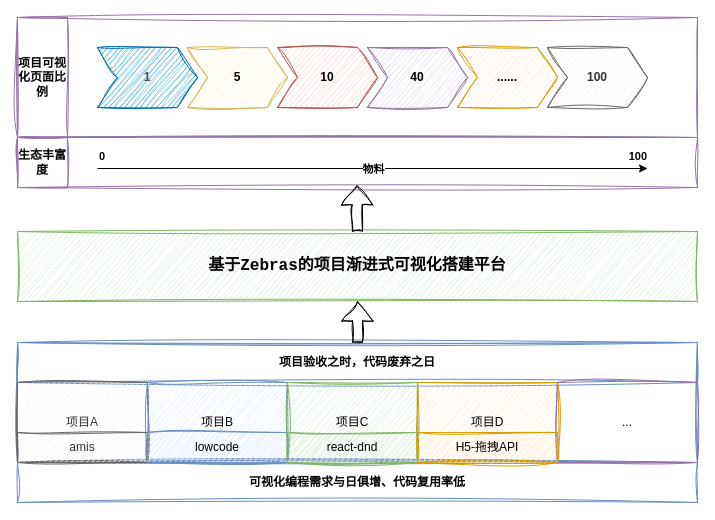
Before: 低代码—目标.drawio in tangyaosimida/love, a draw.io diagram. Source tidied: cells renumbered, new cells numbered last; positions are measured from the earlier drawing's top-left corner, leaving out a move shared by most shapes. Both pictures are drawn from the tidied source at 100%, with x=0, y=0 at pixel (17, 17).
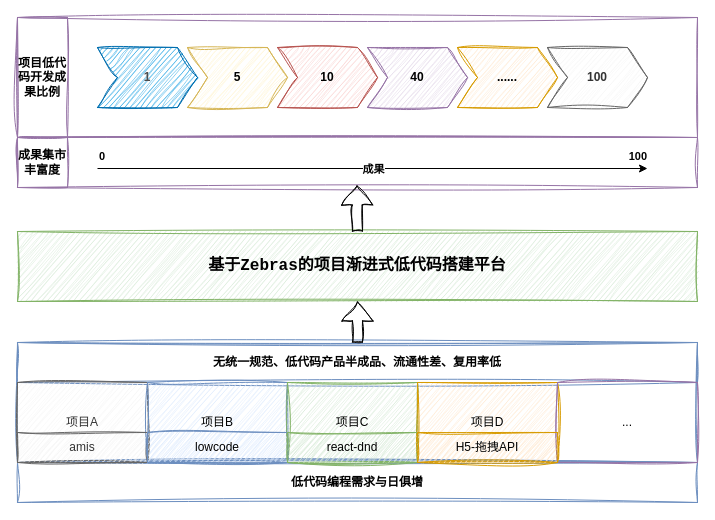
The same page after the edit.

Commit message:
更新低代码—目标.drawio

Unchanged cells that the change refers to:
```xml
<mxCell id="23" style="endArrow=classic;html=1;rounded=0;fontStyle=1;fontColor=#4D4D4D;" parent="1" edge="1">
  <mxGeometry relative="1" as="geometry">
    <mxPoint x="80" y="151" as="sourcePoint" />
    <mxPoint x="630" y="151" as="targetPoint" />
  </mxGeometry>
</mxCell>
```

What changed in the source:
```diff
@@
-    <mxCell id="3" value="&lt;font face=&quot;Courier New&quot; style=&quot;font-size: 16px;&quot;&gt;&lt;span style=&quot;&quot;&gt;&lt;span&gt;基于Zebras的项目渐进式可视化搭建平台&lt;/span&gt;&lt;/span&gt;&lt;/font&gt;" style="rounded=0;whiteSpace=wrap;html=1;align=center;fontStyle=1;fillColor=#d5e8d4;strokeColor=#82b366;sketch=1;curveFitting=1;jiggle=2;" parent="1" vertex="1">
+    <mxCell id="3" value="&lt;font face=&quot;Courier New&quot; style=&quot;font-size: 16px;&quot;&gt;&lt;span style=&quot;&quot;&gt;&lt;span&gt;基于Zebras的项目渐进式低代码搭建平台&lt;/span&gt;&lt;/span&gt;&lt;/font&gt;" style="rounded=0;whiteSpace=wrap;html=1;align=center;fontStyle=1;fillColor=#d5e8d4;strokeColor=#82b366;sketch=1;curveFitting=1;jiggle=2;" parent="1" vertex="1">
       <mxGeometry y="214" width="680" height="70" as="geometry" />
     </mxCell>
@@
-    <mxCell id="12" value="项目验收之时，代码废弃之日" style="rounded=0;whiteSpace=wrap;html=1;fillColor=none;strokeColor=#6c8ebf;sketch=1;curveFitting=1;jiggle=2;fontStyle=1;" parent="1" vertex="1">
+    <mxCell id="12" value="无统一规范、低代码产品半成品、流通性差、复用率低" style="rounded=0;whiteSpace=wrap;html=1;fillColor=none;strokeColor=#6c8ebf;sketch=1;curveFitting=1;jiggle=2;fontStyle=1;" parent="1" vertex="1">
       <mxGeometry y="325" width="680" height="40" as="geometry" />
     </mxCell>
-    <mxCell id="13" value="可视化编程需求与日俱增、代码复用率低" style="rounded=0;whiteSpace=wrap;html=1;fillColor=none;strokeColor=#6c8ebf;sketch=1;curveFitting=1;jiggle=2;fontStyle=1;" parent="1" vertex="1">
+    <mxCell id="13" value="低代码编程需求与日俱增" style="rounded=0;whiteSpace=wrap;html=1;fillColor=none;strokeColor=#6c8ebf;sketch=1;curveFitting=1;jiggle=2;fontStyle=1;" parent="1" vertex="1">
       <mxGeometry y="445" width="680" height="40" as="geometry" />
     </mxCell>
@@
-    <mxCell id="24" value="物料" style="edgeLabel;html=1;align=center;verticalAlign=middle;fontStyle=1;" parent="23" vertex="1">
+    <mxCell id="24" value="成果" style="edgeLabel;html=1;align=center;verticalAlign=middle;fontStyle=1;" parent="23" vertex="1">
       <mxGeometry relative="1" as="geometry" />
     </mxCell>
@@
-    <mxCell id="27" value="项目可视化页面比例" style="rounded=0;whiteSpace=wrap;html=1;fillColor=none;strokeColor=#9673a6;sketch=1;curveFitting=1;jiggle=2;fontStyle=1;" parent="1" vertex="1">
+    <mxCell id="27" value="项目低代码开发成果比例" style="rounded=0;whiteSpace=wrap;html=1;fillColor=none;strokeColor=#9673a6;sketch=1;curveFitting=1;jiggle=2;fontStyle=1;" parent="1" vertex="1">
       <mxGeometry width="50" height="120" as="geometry" />
     </mxCell>
-    <mxCell id="28" value="生态丰富度" style="rounded=0;whiteSpace=wrap;html=1;fillColor=none;strokeColor=#9673a6;sketch=1;curveFitting=1;jiggle=2;fontStyle=1;" parent="1" vertex="1">
+    <mxCell id="28" value="成果集市丰富度" style="rounded=0;whiteSpace=wrap;html=1;fillColor=none;strokeColor=#9673a6;sketch=1;curveFitting=1;jiggle=2;fontStyle=1;" parent="1" vertex="1">
       <mxGeometry y="120" width="50" height="50" as="geometry" />
     </mxCell>
```
